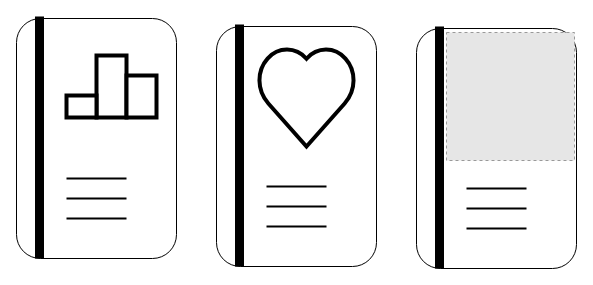
This is Docs/SidebarEmblems.drawio from atstep01/BookWorm_AngularFrontEnd, a draw.io file, before an edit. Source tidied: cells renumbered, new cells numbered last; positions are measured from the earlier drawing's top-left corner, leaving out a move shared by most shapes. Both pictures are drawn from the tidied source at 100%, with x=0, y=0 at pixel (16, 16). Pictures stored in the file or linked from it are replaced by grey dashed boxes.
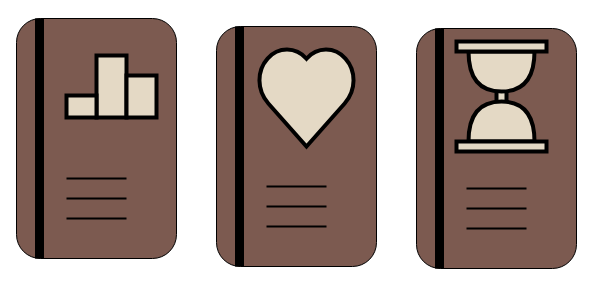
The same diagram, later.

Diff of the diagram source:
```diff
@@
+    <mxCell id="8" style="rounded=1;whiteSpace=wrap;html=1;labelBackgroundColor=#7C5A50;fillColor=#7C5A50;" parent="1" vertex="1">
+      <mxGeometry x="400" y="12" width="160" height="240" as="geometry" />
+    </mxCell>
+    <mxCell id="22" style="rounded=0;whiteSpace=wrap;html=1;labelBackgroundColor=#7C5A50;strokeWidth=4;fillColor=#E4D9C5;fontColor=none;direction=south;" parent="1" vertex="1">
+      <mxGeometry x="480" y="65" width="10" height="30" as="geometry" />
+    </mxCell>
-    <mxCell id="2" style="rounded=1;whiteSpace=wrap;html=1;" parent="1" vertex="1">
+    <mxCell id="2" style="rounded=1;whiteSpace=wrap;html=1;labelBackgroundColor=#7C5A50;fillColor=#7C5A50;" parent="1" vertex="1">
       <mxGeometry x="200" y="10" width="160" height="240" as="geometry" />
     </mxCell>
-    <mxCell id="3" style="endArrow=none;html=1;strokeWidth=9;" parent="1" edge="1">
+    <mxCell id="3" style="endArrow=none;html=1;strokeWidth=9;labelBackgroundColor=#7C5A50;" parent="1" edge="1">
       <mxGeometry relative="1" as="geometry">
         <mxPoint x="223" y="250" as="sourcePoint" />
-        <mxPoint x="223" y="8" as="targetPoint" />
+        <mxPoint x="223" y="10" as="targetPoint" />
       </mxGeometry>
     </mxCell>
-    <mxCell id="4" style="verticalLabelPosition=bottom;verticalAlign=top;html=1;shape=mxgraph.basic.heart;strokeWidth=4;" parent="1" vertex="1">
+    <mxCell id="4" style="verticalLabelPosition=bottom;verticalAlign=top;html=1;shape=mxgraph.basic.heart;strokeWidth=4;labelBackgroundColor=#7C5A50;fillColor=#E4D9C5;" parent="1" vertex="1">
       <mxGeometry x="240" y="30" width="100" height="100" as="geometry" />
     </mxCell>
-    <mxCell id="5" style="endArrow=none;html=1;strokeWidth=2;" parent="1" edge="1">
+    <mxCell id="5" style="endArrow=none;html=1;strokeWidth=2;labelBackgroundColor=#7C5A50;" parent="1" edge="1">
       <mxGeometry relative="1" as="geometry">
         <mxPoint x="250" y="170" as="sourcePoint" />
         <mxPoint x="310" y="170" as="targetPoint" />
       </mxGeometry>
     </mxCell>
-    <mxCell id="6" style="endArrow=none;html=1;strokeWidth=2;" parent="1" edge="1">
+    <mxCell id="6" style="endArrow=none;html=1;strokeWidth=2;labelBackgroundColor=#7C5A50;" parent="1" edge="1">
       <mxGeometry relative="1" as="geometry">
         <mxPoint x="250" y="190" as="sourcePoint" />
         <mxPoint x="310" y="190" as="targetPoint" />
       </mxGeometry>
     </mxCell>
-    <mxCell id="7" style="endArrow=none;html=1;strokeWidth=2;" parent="1" edge="1">
+    <mxCell id="7" style="endArrow=none;html=1;strokeWidth=2;labelBackgroundColor=#7C5A50;" parent="1" edge="1">
       <mxGeometry relative="1" as="geometry">
         <mxPoint x="250" y="210" as="sourcePoint" />
         <mxPoint x="310" y="210" as="targetPoint" />
       </mxGeometry>
     </mxCell>
-    <mxCell id="8" style="rounded=1;whiteSpace=wrap;html=1;" parent="1" vertex="1">
-      <mxGeometry x="400" y="12" width="160" height="240" as="geometry" />
-    </mxCell>
-    <mxCell id="9" style="endArrow=none;html=1;strokeWidth=9;" parent="1" edge="1">
+    <mxCell id="9" style="endArrow=none;html=1;strokeWidth=9;rounded=1;labelBackgroundColor=#7C5A50;" parent="1" edge="1">
       <mxGeometry relative="1" as="geometry">
         <mxPoint x="423" y="252" as="sourcePoint" />
-        <mxPoint x="423" y="10" as="targetPoint" />
+        <mxPoint x="423" y="12" as="targetPoint" />
       </mxGeometry>
     </mxCell>
-    <mxCell id="10" style="endArrow=none;html=1;strokeWidth=2;" parent="1" edge="1">
+    <mxCell id="10" style="endArrow=none;html=1;strokeWidth=2;labelBackgroundColor=#7C5A50;" parent="1" edge="1">
       <mxGeometry relative="1" as="geometry">
         <mxPoint x="450" y="172" as="sourcePoint" />
         <mxPoint x="510" y="172" as="targetPoint" />
       </mxGeometry>
     </mxCell>
-    <mxCell id="11" style="endArrow=none;html=1;strokeWidth=2;" parent="1" edge="1">
+    <mxCell id="11" style="endArrow=none;html=1;strokeWidth=2;labelBackgroundColor=#7C5A50;" parent="1" edge="1">
       <mxGeometry relative="1" as="geometry">
         <mxPoint x="450" y="192" as="sourcePoint" />
         <mxPoint x="510" y="192" as="targetPoint" />
       </mxGeometry>
     </mxCell>
-    <mxCell id="12" style="endArrow=none;html=1;strokeWidth=2;" parent="1" edge="1">
+    <mxCell id="12" style="endArrow=none;html=1;strokeWidth=2;labelBackgroundColor=#7C5A50;" parent="1" edge="1">
       <mxGeometry relative="1" as="geometry">
         <mxPoint x="450" y="212" as="sourcePoint" />
         <mxPoint x="510" y="212" as="targetPoint" />
       </mxGeometry>
     </mxCell>
-    <mxCell id="13" style="fillColor=#E6E6E6;strokeColor=#999999;dashed=1;html=1;verticalAlign=top;verticalLabelPosition=bottom;labelBackgroundColor=#ffffff;fontColor=none;" parent="1" vertex="1">
-      <mxGeometry x="430" y="16" width="128" height="128" as="geometry" />
-    </mxCell>
-    <mxCell id="14" style="rounded=1;whiteSpace=wrap;html=1;" parent="1" vertex="1">
+    <mxCell id="14" style="rounded=1;whiteSpace=wrap;html=1;labelBackgroundColor=#7C5A50;fillColor=#7C5A50;" parent="1" vertex="1">
       <mxGeometry y="2" width="160" height="240" as="geometry" />
     </mxCell>
-    <mxCell id="15" style="endArrow=none;html=1;strokeWidth=9;" parent="1" edge="1">
+    <mxCell id="15" style="endArrow=none;html=1;strokeWidth=9;labelBackgroundColor=#7C5A50;" parent="1" edge="1">
       <mxGeometry relative="1" as="geometry">
         <mxPoint x="23" y="242" as="sourcePoint" />
-        <mxPoint x="23" as="targetPoint" />
+        <mxPoint x="23" y="2" as="targetPoint" />
       </mxGeometry>
     </mxCell>
-    <mxCell id="16" style="endArrow=none;html=1;strokeWidth=2;" parent="1" edge="1">
+    <mxCell id="16" style="endArrow=none;html=1;strokeWidth=2;labelBackgroundColor=#7C5A50;" parent="1" edge="1">
       <mxGeometry relative="1" as="geometry">
         <mxPoint x="50" y="162" as="sourcePoint" />
         <mxPoint x="110" y="162" as="targetPoint" />
       </mxGeometry>
     </mxCell>
-    <mxCell id="17" style="endArrow=none;html=1;strokeWidth=2;" parent="1" edge="1">
+    <mxCell id="17" style="endArrow=none;html=1;strokeWidth=2;labelBackgroundColor=#7C5A50;" parent="1" edge="1">
       <mxGeometry relative="1" as="geometry">
         <mxPoint x="50" y="182" as="sourcePoint" />
         <mxPoint x="110" y="182" as="targetPoint" />
       </mxGeometry>
     </mxCell>
-    <mxCell id="18" style="endArrow=none;html=1;strokeWidth=2;" parent="1" edge="1">
+    <mxCell id="18" style="endArrow=none;html=1;strokeWidth=2;labelBackgroundColor=#7C5A50;" parent="1" edge="1">
       <mxGeometry relative="1" as="geometry">
         <mxPoint x="50" y="202" as="sourcePoint" />
         <mxPoint x="110" y="202" as="targetPoint" />
       </mxGeometry>
     </mxCell>
-    <mxCell id="19" style="rounded=0;whiteSpace=wrap;html=1;labelBackgroundColor=none;fontColor=none;strokeWidth=4;direction=south;" parent="1" vertex="1">
+    <mxCell id="19" style="rounded=0;whiteSpace=wrap;html=1;labelBackgroundColor=#7C5A50;fontColor=none;strokeWidth=4;direction=south;fillColor=#E4D9C5;" parent="1" vertex="1">
       <mxGeometry x="80" y="39" width="30" height="62" as="geometry" />
     </mxCell>
-    <mxCell id="20" style="rounded=0;whiteSpace=wrap;html=1;labelBackgroundColor=none;fontColor=none;strokeWidth=4;direction=south;" parent="1" vertex="1">
+    <mxCell id="20" style="rounded=0;whiteSpace=wrap;html=1;labelBackgroundColor=#7C5A50;fontColor=none;strokeWidth=4;direction=south;fillColor=#E4D9C5;" parent="1" vertex="1">
       <mxGeometry x="110" y="59" width="30" height="42" as="geometry" />
     </mxCell>
-    <mxCell id="21" style="rounded=0;whiteSpace=wrap;html=1;labelBackgroundColor=none;fontColor=none;strokeWidth=4;direction=south;" parent="1" vertex="1">
+    <mxCell id="21" style="rounded=0;whiteSpace=wrap;html=1;labelBackgroundColor=#7C5A50;fontColor=none;strokeWidth=4;direction=south;fillColor=#E4D9C5;" parent="1" vertex="1">
       <mxGeometry x="50" y="79" width="30" height="22" as="geometry" />
     </mxCell>
+    <mxCell id="23" style="shape=or;whiteSpace=wrap;html=1;labelBackgroundColor=#7C5A50;strokeWidth=4;fillColor=#E4D9C5;fontColor=none;direction=south;" parent="1" vertex="1">
+      <mxGeometry x="452" y="35" width="66" height="40" as="geometry" />
+    </mxCell>
+    <mxCell id="24" style="rounded=0;whiteSpace=wrap;html=1;labelBackgroundColor=#7C5A50;strokeWidth=4;fillColor=#E4D9C5;fontColor=none;" parent="1" vertex="1">
+      <mxGeometry x="440" y="25" width="90" height="10" as="geometry" />
+    </mxCell>
+    <mxCell id="25" style="shape=or;whiteSpace=wrap;html=1;labelBackgroundColor=#7C5A50;strokeWidth=4;fillColor=#E4D9C5;fontColor=none;direction=north;" parent="1" vertex="1">
+      <mxGeometry x="452" y="85" width="66" height="40" as="geometry" />
+    </mxCell>
+    <mxCell id="26" style="rounded=0;whiteSpace=wrap;html=1;labelBackgroundColor=#7C5A50;strokeWidth=4;fillColor=#E4D9C5;fontColor=none;" parent="1" vertex="1">
+      <mxGeometry x="440" y="125" width="90" height="10" as="geometry" />
+    </mxCell>
```
